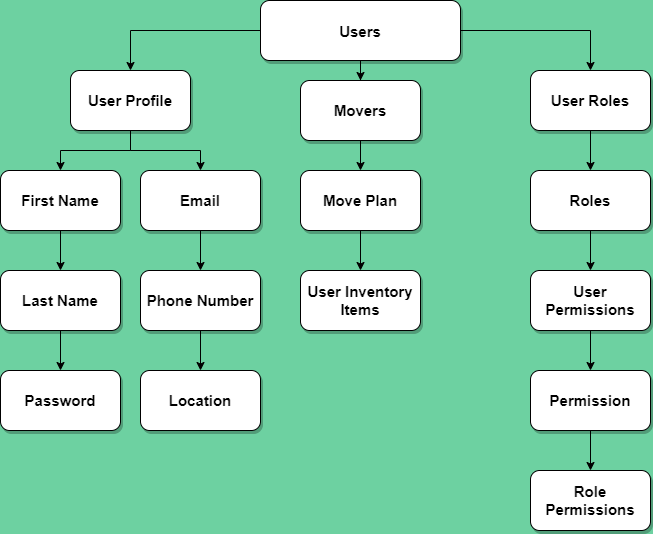
Before: Documents/design/Files_For_Byron/Users_Database.png, a diagram exported from draw.io (LP-76/load.in). Source tidied: cells renumbered, new cells last; positions are measured from the earlier drawing's top-left corner, leaving out a move shared by most shapes. Its diagram source:
```xml
<mxGraphModel background="#6DD1A1">
  <root>
    <mxCell id="0" />
    <mxCell id="1" parent="0" />
    <mxCell id="2" style="edgeStyle=orthogonalEdgeStyle;rounded=0;jettySize=auto;html=1;" parent="1" edge="1" source="5" target="8">
      <mxGeometry relative="1" as="geometry" />
    </mxCell>
    <mxCell id="3" style="edgeStyle=orthogonalEdgeStyle;rounded=0;jettySize=auto;html=1;" parent="1" edge="1" source="5" target="14">
      <mxGeometry relative="1" as="geometry" />
    </mxCell>
    <mxCell id="4" style="edgeStyle=orthogonalEdgeStyle;rounded=0;jettySize=auto;html=1;" parent="1" edge="1" source="5" target="20">
      <mxGeometry relative="1" as="geometry" />
    </mxCell>
    <mxCell id="5" value="Users" style="rounded=1;shadow=1;fontStyle=1;fontSize=15;fillColor=#FFFFFF;" parent="1" vertex="1">
      <mxGeometry x="260" width="200" height="60" as="geometry" />
    </mxCell>
    <mxCell id="6" style="edgeStyle=orthogonalEdgeStyle;rounded=0;jettySize=auto;html=1;exitX=0.5;exitY=1;exitDx=0;exitDy=0;" parent="1" edge="1" source="8" target="10">
      <mxGeometry relative="1" as="geometry" />
    </mxCell>
    <mxCell id="7" style="edgeStyle=orthogonalEdgeStyle;rounded=0;jettySize=auto;html=1;" parent="1" edge="1" source="8" target="28">
      <mxGeometry relative="1" as="geometry" />
    </mxCell>
    <mxCell id="8" value="User Profile" style="whiteSpace=wrap;html=1;rounded=1;shadow=1;fontSize=15;fontStyle=1;fillColor=#FFFFFF;" parent="1" vertex="1">
      <mxGeometry x="70" y="70" width="120" height="60" as="geometry" />
    </mxCell>
    <mxCell id="9" style="edgeStyle=orthogonalEdgeStyle;rounded=0;jettySize=auto;html=1;" parent="1" edge="1" source="10" target="12">
      <mxGeometry relative="1" as="geometry" />
    </mxCell>
    <mxCell id="10" value="First Name" style="whiteSpace=wrap;html=1;rounded=1;shadow=1;fontSize=15;fontStyle=1;fillColor=#FFFFFF;" parent="1" vertex="1">
      <mxGeometry y="170" width="120" height="60" as="geometry" />
    </mxCell>
    <mxCell id="11" style="edgeStyle=orthogonalEdgeStyle;rounded=0;jettySize=auto;html=1;" parent="1" edge="1" source="12" target="31">
      <mxGeometry relative="1" as="geometry" />
    </mxCell>
    <mxCell id="12" value="Last Name" style="whiteSpace=wrap;html=1;rounded=1;shadow=1;fontSize=15;fontStyle=1;fillColor=#FFFFFF;" parent="1" vertex="1">
      <mxGeometry y="270" width="120" height="60" as="geometry" />
    </mxCell>
    <mxCell id="13" style="edgeStyle=orthogonalEdgeStyle;rounded=0;jettySize=auto;html=1;" parent="1" edge="1" source="14" target="16">
      <mxGeometry relative="1" as="geometry" />
    </mxCell>
    <mxCell id="14" value="User Roles" style="whiteSpace=wrap;html=1;rounded=1;shadow=1;fontSize=15;fontStyle=1;fillColor=#FFFFFF;" parent="1" vertex="1">
      <mxGeometry x="530" y="70" width="120" height="60" as="geometry" />
    </mxCell>
    <mxCell id="15" style="edgeStyle=orthogonalEdgeStyle;rounded=0;jettySize=auto;html=1;" parent="1" edge="1" source="16" target="18">
      <mxGeometry relative="1" as="geometry" />
    </mxCell>
    <mxCell id="16" value="Roles" style="whiteSpace=wrap;html=1;rounded=1;shadow=1;fontSize=15;fontStyle=1;fillColor=#FFFFFF;" parent="1" vertex="1">
      <mxGeometry x="530" y="170" width="120" height="60" as="geometry" />
    </mxCell>
    <mxCell id="17" style="edgeStyle=orthogonalEdgeStyle;rounded=0;jettySize=auto;html=1;" parent="1" edge="1" source="18" target="24">
      <mxGeometry relative="1" as="geometry" />
    </mxCell>
    <mxCell id="18" value="User Permissions" style="whiteSpace=wrap;html=1;rounded=1;shadow=1;fontSize=15;fontStyle=1;fillColor=#FFFFFF;" parent="1" vertex="1">
      <mxGeometry x="530" y="270" width="120" height="60" as="geometry" />
    </mxCell>
    <mxCell id="19" style="edgeStyle=orthogonalEdgeStyle;rounded=0;jettySize=auto;html=1;" parent="1" edge="1" source="20" target="22">
      <mxGeometry relative="1" as="geometry" />
    </mxCell>
    <mxCell id="20" value="Movers" style="whiteSpace=wrap;html=1;rounded=1;shadow=1;fontSize=15;fontStyle=1;fillColor=#FFFFFF;" parent="1" vertex="1">
      <mxGeometry x="300" y="80" width="120" height="60" as="geometry" />
    </mxCell>
    <mxCell id="21" style="edgeStyle=orthogonalEdgeStyle;rounded=0;jettySize=auto;html=1;" parent="1" edge="1" source="22" target="26">
      <mxGeometry relative="1" as="geometry" />
    </mxCell>
    <mxCell id="22" value="Move Plan" style="whiteSpace=wrap;html=1;rounded=1;shadow=1;fontSize=15;fontStyle=1;fillColor=#FFFFFF;" parent="1" vertex="1">
      <mxGeometry x="300" y="170" width="120" height="60" as="geometry" />
    </mxCell>
    <mxCell id="23" style="edgeStyle=orthogonalEdgeStyle;rounded=0;jettySize=auto;html=1;" parent="1" edge="1" source="24" target="25">
      <mxGeometry relative="1" as="geometry" />
    </mxCell>
    <mxCell id="24" value="Permission" style="whiteSpace=wrap;html=1;rounded=1;shadow=1;fontSize=15;fontStyle=1;fillColor=#FFFFFF;" parent="1" vertex="1">
      <mxGeometry x="530" y="370" width="120" height="60" as="geometry" />
    </mxCell>
    <mxCell id="25" value="Role Permissions" style="whiteSpace=wrap;html=1;rounded=1;shadow=1;fontSize=15;fontStyle=1;fillColor=#FFFFFF;" parent="1" vertex="1">
      <mxGeometry x="530" y="470" width="120" height="60" as="geometry" />
    </mxCell>
    <mxCell id="26" value="User Inventory&lt;br&gt;Items" style="whiteSpace=wrap;html=1;rounded=1;shadow=1;fontSize=15;fontStyle=1;fillColor=#FFFFFF;" parent="1" vertex="1">
      <mxGeometry x="300" y="270" width="120" height="60" as="geometry" />
    </mxCell>
    <mxCell id="27" style="edgeStyle=orthogonalEdgeStyle;rounded=0;jettySize=auto;html=1;" parent="1" edge="1" source="28" target="30">
      <mxGeometry relative="1" as="geometry" />
    </mxCell>
    <mxCell id="28" value="Email" style="whiteSpace=wrap;html=1;rounded=1;shadow=1;fontSize=15;fontStyle=1;fillColor=#FFFFFF;" parent="1" vertex="1">
      <mxGeometry x="140" y="170" width="120" height="60" as="geometry" />
    </mxCell>
    <mxCell id="29" style="edgeStyle=orthogonalEdgeStyle;rounded=0;jettySize=auto;html=1;" parent="1" edge="1" source="30" target="32">
      <mxGeometry relative="1" as="geometry" />
    </mxCell>
    <mxCell id="30" value="Phone Number" style="whiteSpace=wrap;html=1;rounded=1;shadow=1;fontSize=15;fontStyle=1;fillColor=#FFFFFF;" parent="1" vertex="1">
      <mxGeometry x="140" y="270" width="120" height="60" as="geometry" />
    </mxCell>
    <mxCell id="31" value="Password" style="whiteSpace=wrap;html=1;rounded=1;shadow=1;fontSize=15;fontStyle=1;fillColor=#FFFFFF;" parent="1" vertex="1">
      <mxGeometry y="370" width="120" height="60" as="geometry" />
    </mxCell>
    <mxCell id="32" value="Location" style="whiteSpace=wrap;html=1;rounded=1;shadow=1;fontSize=15;fontStyle=1;fillColor=#FFFFFF;" parent="1" vertex="1">
      <mxGeometry x="140" y="370" width="120" height="60" as="geometry" />
    </mxCell>
  </root>
</mxGraphModel>
```
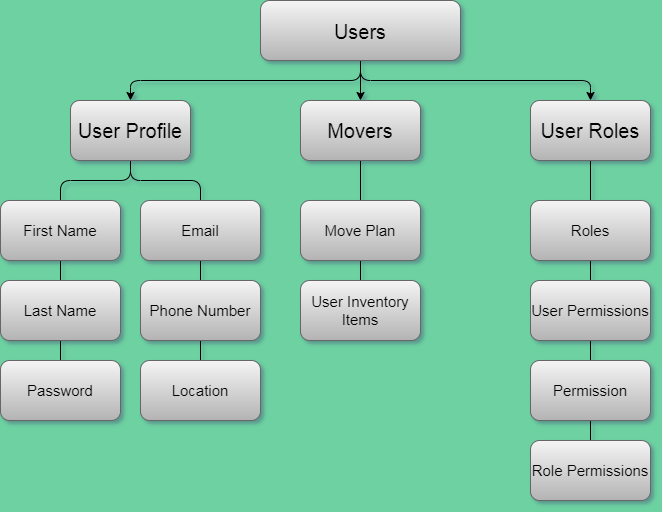
After the change.

What changed in the source:
```diff
@@ -1,99 +1,99 @@
-<mxGraphModel background="#6DD1A1">
+<mxGraphModel background="#6DD1A1" shadow="1">
   <root>
     <mxCell id="0" />
     <mxCell id="1" parent="0" />
-    <mxCell id="2" style="edgeStyle=orthogonalEdgeStyle;rounded=0;jettySize=auto;html=1;" parent="1" edge="1" source="5" target="8">
+    <mxCell id="2" style="edgeStyle=orthogonalEdgeStyle;jettySize=auto;html=1;exitX=0.5;exitY=1;exitDx=0;exitDy=0;" parent="1" edge="1" source="5" target="8">
       <mxGeometry relative="1" as="geometry" />
     </mxCell>
-    <mxCell id="3" style="edgeStyle=orthogonalEdgeStyle;rounded=0;jettySize=auto;html=1;" parent="1" edge="1" source="5" target="14">
+    <mxCell id="3" style="edgeStyle=orthogonalEdgeStyle;jettySize=auto;html=1;exitX=0.5;exitY=1;exitDx=0;exitDy=0;" parent="1" edge="1" source="5" target="14">
       <mxGeometry relative="1" as="geometry" />
     </mxCell>
-    <mxCell id="4" style="edgeStyle=orthogonalEdgeStyle;rounded=0;jettySize=auto;html=1;" parent="1" edge="1" source="5" target="20">
+    <mxCell id="4" style="edgeStyle=orthogonalEdgeStyle;jettySize=auto;html=1;" parent="1" edge="1" source="5" target="20">
       <mxGeometry relative="1" as="geometry" />
     </mxCell>
-    <mxCell id="5" value="Users" style="rounded=1;shadow=1;fontStyle=1;fontSize=15;fillColor=#FFFFFF;" parent="1" vertex="1">
-      <mxGeometry x="260" width="200" height="60" as="geometry" />
+    <mxCell id="5" value="Users" style="fontSize=20;fillColor=#f5f5f5;strokeColor=#666666;gradientColor=#b3b3b3;rounded=1;" parent="1" vertex="1">
+      <mxGeometry x="260" y="-30" width="200" height="60" as="geometry" />
     </mxCell>
-    <mxCell id="6" style="edgeStyle=orthogonalEdgeStyle;rounded=0;jettySize=auto;html=1;exitX=0.5;exitY=1;exitDx=0;exitDy=0;" parent="1" edge="1" source="8" target="10">
+    <mxCell id="6" style="edgeStyle=orthogonalEdgeStyle;jettySize=auto;html=1;exitX=0.5;exitY=1;exitDx=0;exitDy=0;endFill=0;endArrow=none;" parent="1" edge="1" source="8" target="10">
       <mxGeometry relative="1" as="geometry" />
     </mxCell>
-    <mxCell id="7" style="edgeStyle=orthogonalEdgeStyle;rounded=0;jettySize=auto;html=1;" parent="1" edge="1" source="8" target="28">
+    <mxCell id="7" style="edgeStyle=orthogonalEdgeStyle;jettySize=auto;html=1;endArrow=none;endFill=0;" parent="1" edge="1" source="8" target="28">
       <mxGeometry relative="1" as="geometry" />
     </mxCell>
-    <mxCell id="8" value="User Profile" style="whiteSpace=wrap;html=1;rounded=1;shadow=1;fontSize=15;fontStyle=1;fillColor=#FFFFFF;" parent="1" vertex="1">
+    <mxCell id="8" value="User Profile" style="whiteSpace=wrap;html=1;fontSize=20;fillColor=#f5f5f5;strokeColor=#666666;gradientColor=#b3b3b3;rounded=1;" parent="1" vertex="1">
       <mxGeometry x="70" y="70" width="120" height="60" as="geometry" />
     </mxCell>
-    <mxCell id="9" style="edgeStyle=orthogonalEdgeStyle;rounded=0;jettySize=auto;html=1;" parent="1" edge="1" source="10" target="12">
+    <mxCell id="9" style="edgeStyle=orthogonalEdgeStyle;jettySize=auto;html=1;endFill=0;endArrow=none;" parent="1" edge="1" source="10" target="12">
       <mxGeometry relative="1" as="geometry" />
     </mxCell>
-    <mxCell id="10" value="First Name" style="whiteSpace=wrap;html=1;rounded=1;shadow=1;fontSize=15;fontStyle=1;fillColor=#FFFFFF;" parent="1" vertex="1">
+    <mxCell id="10" value="First Name" style="whiteSpace=wrap;html=1;fontSize=15;fillColor=#f5f5f5;rounded=1;strokeColor=#666666;gradientColor=#b3b3b3;" parent="1" vertex="1">
       <mxGeometry y="170" width="120" height="60" as="geometry" />
     </mxCell>
-    <mxCell id="11" style="edgeStyle=orthogonalEdgeStyle;rounded=0;jettySize=auto;html=1;" parent="1" edge="1" source="12" target="31">
+    <mxCell id="11" style="edgeStyle=orthogonalEdgeStyle;jettySize=auto;html=1;endFill=0;endArrow=none;" parent="1" edge="1" source="12" target="31">
       <mxGeometry relative="1" as="geometry" />
     </mxCell>
-    <mxCell id="12" value="Last Name" style="whiteSpace=wrap;html=1;rounded=1;shadow=1;fontSize=15;fontStyle=1;fillColor=#FFFFFF;" parent="1" vertex="1">
-      <mxGeometry y="270" width="120" height="60" as="geometry" />
+    <mxCell id="12" value="Last Name" style="whiteSpace=wrap;html=1;fontSize=15;fillColor=#f5f5f5;rounded=1;strokeColor=#666666;gradientColor=#b3b3b3;" parent="1" vertex="1">
+      <mxGeometry y="250" width="120" height="60" as="geometry" />
     </mxCell>
-    <mxCell id="13" style="edgeStyle=orthogonalEdgeStyle;rounded=0;jettySize=auto;html=1;" parent="1" edge="1" source="14" target="16">
+    <mxCell id="13" style="edgeStyle=orthogonalEdgeStyle;jettySize=auto;html=1;endFill=0;endArrow=none;" parent="1" edge="1" source="14" target="16">
       <mxGeometry relative="1" as="geometry" />
     </mxCell>
-    <mxCell id="14" value="User Roles" style="whiteSpace=wrap;html=1;rounded=1;shadow=1;fontSize=15;fontStyle=1;fillColor=#FFFFFF;" parent="1" vertex="1">
+    <mxCell id="14" value="User Roles" style="whiteSpace=wrap;html=1;fontSize=20;fillColor=#f5f5f5;strokeColor=#666666;gradientColor=#b3b3b3;rounded=1;" parent="1" vertex="1">
       <mxGeometry x="530" y="70" width="120" height="60" as="geometry" />
     </mxCell>
-    <mxCell id="15" style="edgeStyle=orthogonalEdgeStyle;rounded=0;jettySize=auto;html=1;" parent="1" edge="1" source="16" target="18">
+    <mxCell id="15" style="edgeStyle=orthogonalEdgeStyle;jettySize=auto;html=1;endFill=0;endArrow=none;" parent="1" edge="1" source="16" target="18">
       <mxGeometry relative="1" as="geometry" />
     </mxCell>
-    <mxCell id="16" value="Roles" style="whiteSpace=wrap;html=1;rounded=1;shadow=1;fontSize=15;fontStyle=1;fillColor=#FFFFFF;" parent="1" vertex="1">
+    <mxCell id="16" value="Roles" style="whiteSpace=wrap;html=1;fontSize=15;fillColor=#f5f5f5;rounded=1;strokeColor=#666666;gradientColor=#b3b3b3;" parent="1" vertex="1">
       <mxGeometry x="530" y="170" width="120" height="60" as="geometry" />
     </mxCell>
-    <mxCell id="17" style="edgeStyle=orthogonalEdgeStyle;rounded=0;jettySize=auto;html=1;" parent="1" edge="1" source="18" target="24">
+    <mxCell id="17" style="edgeStyle=orthogonalEdgeStyle;jettySize=auto;html=1;endFill=0;endArrow=none;" parent="1" edge="1" source="18" target="24">
       <mxGeometry relative="1" as="geometry" />
     </mxCell>
-    <mxCell id="18" value="User Permissions" style="whiteSpace=wrap;html=1;rounded=1;shadow=1;fontSize=15;fontStyle=1;fillColor=#FFFFFF;" parent="1" vertex="1">
-      <mxGeometry x="530" y="270" width="120" height="60" as="geometry" />
+    <mxCell id="18" value="User Permissions" style="whiteSpace=wrap;html=1;fontSize=15;fillColor=#f5f5f5;rounded=1;strokeColor=#666666;gradientColor=#b3b3b3;" parent="1" vertex="1">
+      <mxGeometry x="530" y="250" width="120" height="60" as="geometry" />
     </mxCell>
-    <mxCell id="19" style="edgeStyle=orthogonalEdgeStyle;rounded=0;jettySize=auto;html=1;" parent="1" edge="1" source="20" target="22">
+    <mxCell id="19" style="edgeStyle=orthogonalEdgeStyle;jettySize=auto;html=1;endFill=0;endArrow=none;" parent="1" edge="1" source="20" target="22">
       <mxGeometry relative="1" as="geometry" />
     </mxCell>
-    <mxCell id="20" value="Movers" style="whiteSpace=wrap;html=1;rounded=1;shadow=1;fontSize=15;fontStyle=1;fillColor=#FFFFFF;" parent="1" vertex="1">
-      <mxGeometry x="300" y="80" width="120" height="60" as="geometry" />
+    <mxCell id="20" value="Movers" style="whiteSpace=wrap;html=1;fontSize=20;fillColor=#f5f5f5;strokeColor=#666666;gradientColor=#b3b3b3;rounded=1;" parent="1" vertex="1">
+      <mxGeometry x="300" y="70" width="120" height="60" as="geometry" />
     </mxCell>
-    <mxCell id="21" style="edgeStyle=orthogonalEdgeStyle;rounded=0;jettySize=auto;html=1;" parent="1" edge="1" source="22" target="26">
+    <mxCell id="21" style="edgeStyle=orthogonalEdgeStyle;jettySize=auto;html=1;endFill=0;endArrow=none;" parent="1" edge="1" source="22" target="26">
       <mxGeometry relative="1" as="geometry" />
     </mxCell>
-    <mxCell id="22" value="Move Plan" style="whiteSpace=wrap;html=1;rounded=1;shadow=1;fontSize=15;fontStyle=1;fillColor=#FFFFFF;" parent="1" vertex="1">
+    <mxCell id="22" value="Move Plan" style="whiteSpace=wrap;html=1;fontSize=15;fillColor=#f5f5f5;rounded=1;strokeColor=#666666;gradientColor=#b3b3b3;" parent="1" vertex="1">
       <mxGeometry x="300" y="170" width="120" height="60" as="geometry" />
     </mxCell>
-    <mxCell id="23" style="edgeStyle=orthogonalEdgeStyle;rounded=0;jettySize=auto;html=1;" parent="1" edge="1" source="24" target="25">
+    <mxCell id="23" style="edgeStyle=orthogonalEdgeStyle;jettySize=auto;html=1;endFill=0;endArrow=none;" parent="1" edge="1" source="24" target="25">
       <mxGeometry relative="1" as="geometry" />
     </mxCell>
-    <mxCell id="24" value="Permission" style="whiteSpace=wrap;html=1;rounded=1;shadow=1;fontSize=15;fontStyle=1;fillColor=#FFFFFF;" parent="1" vertex="1">
-      <mxGeometry x="530" y="370" width="120" height="60" as="geometry" />
+    <mxCell id="24" value="Permission" style="whiteSpace=wrap;html=1;fontSize=15;fillColor=#f5f5f5;rounded=1;strokeColor=#666666;gradientColor=#b3b3b3;" parent="1" vertex="1">
+      <mxGeometry x="530" y="330" width="120" height="60" as="geometry" />
     </mxCell>
-    <mxCell id="25" value="Role Permissions" style="whiteSpace=wrap;html=1;rounded=1;shadow=1;fontSize=15;fontStyle=1;fillColor=#FFFFFF;" parent="1" vertex="1">
-      <mxGeometry x="530" y="470" width="120" height="60" as="geometry" />
+    <mxCell id="25" value="Role Permissions" style="whiteSpace=wrap;html=1;fontSize=15;fillColor=#f5f5f5;rounded=1;strokeColor=#666666;gradientColor=#b3b3b3;" parent="1" vertex="1">
+      <mxGeometry x="530" y="410" width="120" height="60" as="geometry" />
     </mxCell>
-    <mxCell id="26" value="User Inventory&lt;br&gt;Items" style="whiteSpace=wrap;html=1;rounded=1;shadow=1;fontSize=15;fontStyle=1;fillColor=#FFFFFF;" parent="1" vertex="1">
-      <mxGeometry x="300" y="270" width="120" height="60" as="geometry" />
+    <mxCell id="26" value="User Inventory&lt;br&gt;Items" style="whiteSpace=wrap;html=1;fontSize=15;fillColor=#f5f5f5;rounded=1;strokeColor=#666666;gradientColor=#b3b3b3;" parent="1" vertex="1">
+      <mxGeometry x="300" y="250" width="120" height="60" as="geometry" />
     </mxCell>
-    <mxCell id="27" style="edgeStyle=orthogonalEdgeStyle;rounded=0;jettySize=auto;html=1;" parent="1" edge="1" source="28" target="30">
+    <mxCell id="27" style="edgeStyle=orthogonalEdgeStyle;jettySize=auto;html=1;endFill=0;endArrow=none;" parent="1" edge="1" source="28" target="30">
       <mxGeometry relative="1" as="geometry" />
     </mxCell>
-    <mxCell id="28" value="Email" style="whiteSpace=wrap;html=1;rounded=1;shadow=1;fontSize=15;fontStyle=1;fillColor=#FFFFFF;" parent="1" vertex="1">
+    <mxCell id="28" value="Email" style="whiteSpace=wrap;html=1;fontSize=15;fillColor=#f5f5f5;rounded=1;strokeColor=#666666;gradientColor=#b3b3b3;" parent="1" vertex="1">
       <mxGeometry x="140" y="170" width="120" height="60" as="geometry" />
     </mxCell>
-    <mxCell id="29" style="edgeStyle=orthogonalEdgeStyle;rounded=0;jettySize=auto;html=1;" parent="1" edge="1" source="30" target="32">
+    <mxCell id="29" style="edgeStyle=orthogonalEdgeStyle;jettySize=auto;html=1;endFill=0;endArrow=none;" parent="1" edge="1" source="30" target="32">
       <mxGeometry relative="1" as="geometry" />
     </mxCell>
-    <mxCell id="30" value="Phone Number" style="whiteSpace=wrap;html=1;rounded=1;shadow=1;fontSize=15;fontStyle=1;fillColor=#FFFFFF;" parent="1" vertex="1">
-      <mxGeometry x="140" y="270" width="120" height="60" as="geometry" />
+    <mxCell id="30" value="Phone Number" style="whiteSpace=wrap;html=1;fontSize=15;fillColor=#f5f5f5;rounded=1;strokeColor=#666666;gradientColor=#b3b3b3;" parent="1" vertex="1">
+      <mxGeometry x="140" y="250" width="120" height="60" as="geometry" />
     </mxCell>
-    <mxCell id="31" value="Password" style="whiteSpace=wrap;html=1;rounded=1;shadow=1;fontSize=15;fontStyle=1;fillColor=#FFFFFF;" parent="1" vertex="1">
-      <mxGeometry y="370" width="120" height="60" as="geometry" />
+    <mxCell id="31" value="Password" style="whiteSpace=wrap;html=1;fontSize=15;fillColor=#f5f5f5;rounded=1;strokeColor=#666666;gradientColor=#b3b3b3;" parent="1" vertex="1">
+      <mxGeometry y="330" width="120" height="60" as="geometry" />
     </mxCell>
-    <mxCell id="32" value="Location" style="whiteSpace=wrap;html=1;rounded=1;shadow=1;fontSize=15;fontStyle=1;fillColor=#FFFFFF;" parent="1" vertex="1">
-      <mxGeometry x="140" y="370" width="120" height="60" as="geometry" />
+    <mxCell id="32" value="Location" style="whiteSpace=wrap;html=1;fontSize=15;fillColor=#f5f5f5;rounded=1;strokeColor=#666666;gradientColor=#b3b3b3;" parent="1" vertex="1">
+      <mxGeometry x="140" y="330" width="120" height="60" as="geometry" />
     </mxCell>
   </root>
 </mxGraphModel>
```
